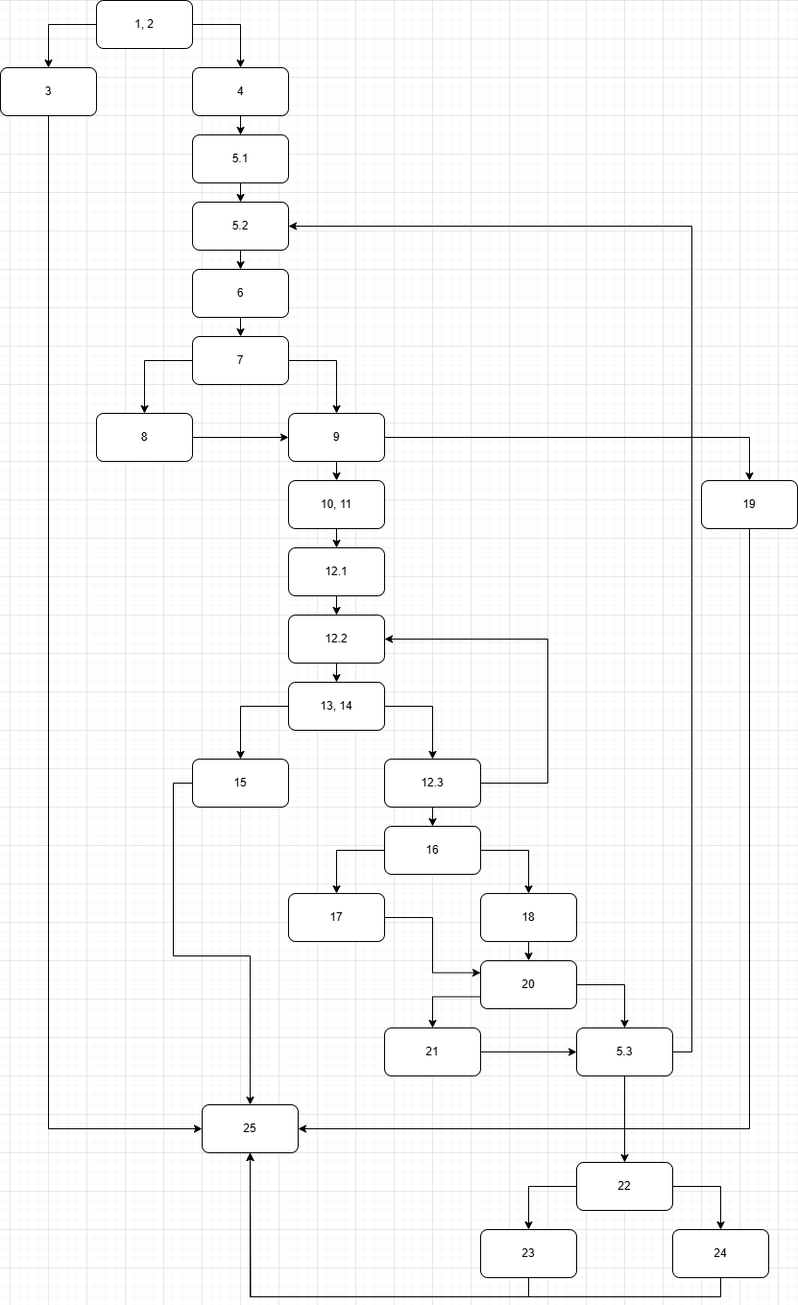
The draw.io diagram CFG.drawio.png in milasavatic/SI_2024_lab2_223237, before a commit. Source tidied: cells renumbered, new cells last; positions are measured from the earlier drawing's top-left corner, leaving out a move shared by most shapes.
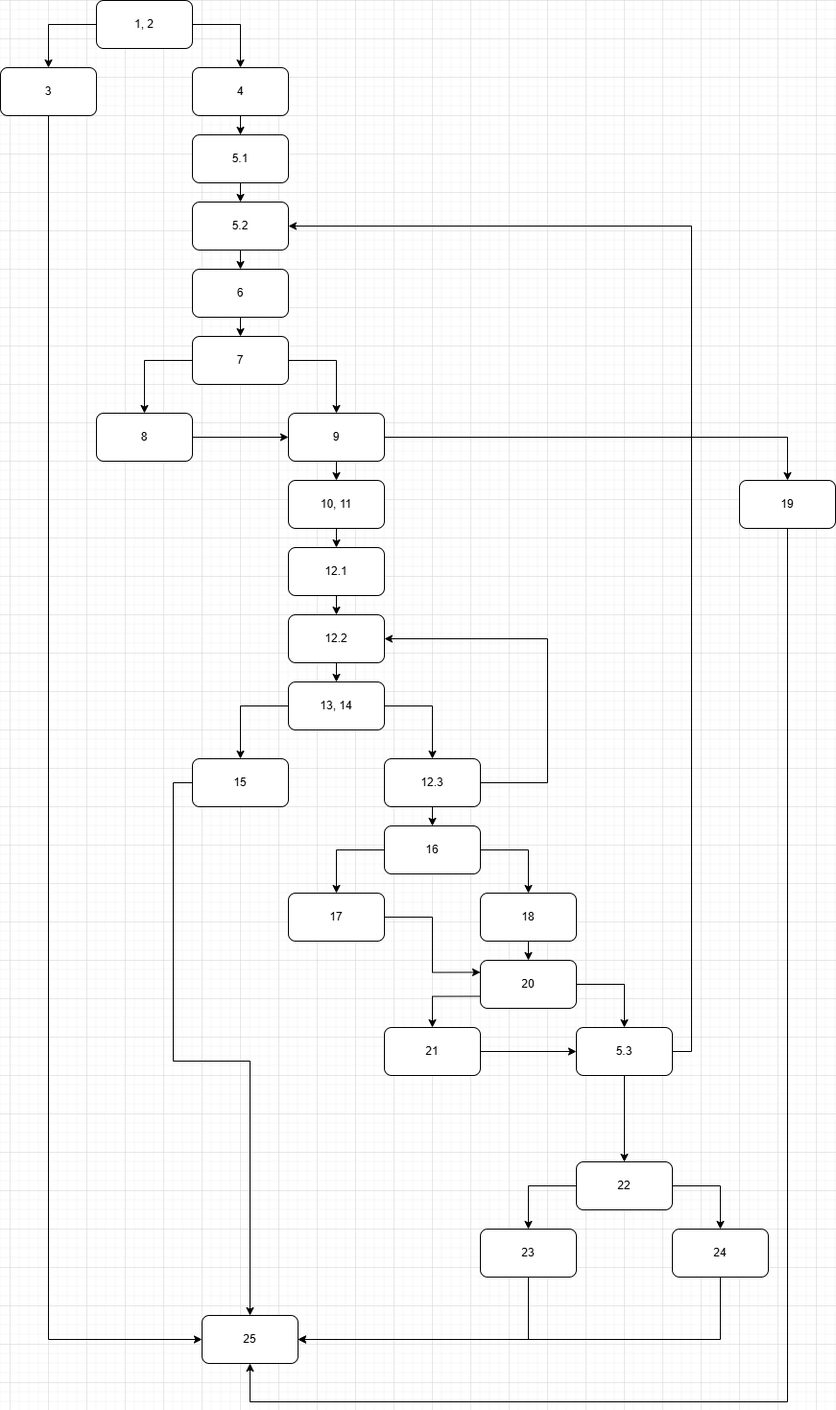
After the commit.

Commit message:
Control Flow Graph

What changed in the source:
```diff
@@ -118,22 +118,23 @@
     <mxCell id="38" style="endArrow=classic;html=1;rounded=0;exitX=1;exitY=0.5;exitDx=0;exitDy=0;entryX=0.5;entryY=0;entryDx=0;entryDy=0;" parent="1" edge="1" source="11" target="39">
       <mxGeometry relative="1" as="geometry">
         <Array as="points">
-          <mxPoint x="780" y="455" />
+          <mxPoint x="820" y="455" />
         </Array>
       </mxGeometry>
     </mxCell>
     <mxCell id="39" value="19" style="rounded=1;whiteSpace=wrap;html=1;" parent="1" vertex="1">
-      <mxGeometry x="730" y="500" width="100" height="50" as="geometry" />
+      <mxGeometry x="770" y="500" width="100" height="50" as="geometry" />
     </mxCell>
-    <mxCell id="40" style="endArrow=classic;html=1;rounded=0;exitX=0.5;exitY=1;exitDx=0;exitDy=0;entryX=1;entryY=0.5;entryDx=0;entryDy=0;" parent="1" edge="1" source="39" target="41">
+    <mxCell id="40" style="endArrow=classic;html=1;rounded=0;exitX=0.5;exitY=1;exitDx=0;exitDy=0;entryX=0.5;entryY=1;entryDx=0;entryDy=0;" parent="1" edge="1" source="39" target="41">
       <mxGeometry relative="1" as="geometry">
         <Array as="points">
-          <mxPoint x="780" y="1175" />
+          <mxPoint x="820" y="1460" />
+          <mxPoint x="260" y="1460" />
         </Array>
       </mxGeometry>
     </mxCell>
     <mxCell id="41" value="25" style="rounded=1;whiteSpace=wrap;html=1;" parent="1" vertex="1">
-      <mxGeometry x="210" y="1150" width="100" height="50" as="geometry" />
+      <mxGeometry x="210" y="1370" width="100" height="50" as="geometry" />
     </mxCell>
     <mxCell id="42" style="endArrow=classic;html=1;rounded=0;exitX=0;exitY=0.5;exitDx=0;exitDy=0;entryX=0.5;entryY=0;entryDx=0;entryDy=0;" parent="1" edge="1" source="2" target="3">
       <mxGeometry relative="1" as="geometry">
@@ -145,7 +146,7 @@
     <mxCell id="43" style="endArrow=classic;html=1;rounded=0;exitX=0.5;exitY=1;exitDx=0;exitDy=0;entryX=0;entryY=0.5;entryDx=0;entryDy=0;" parent="1" edge="1" source="3" target="41">
       <mxGeometry relative="1" as="geometry">
         <Array as="points">
-          <mxPoint x="50" y="1175" />
+          <mxPoint x="50" y="1395" />
         </Array>
       </mxGeometry>
     </mxCell>
@@ -194,7 +195,7 @@
     <mxCell id="54" value="5.3" style="rounded=1;whiteSpace=wrap;html=1;" parent="1" vertex="1">
       <mxGeometry x="600" y="1070" width="100" height="50" as="geometry" />
     </mxCell>
-    <mxCell id="55" style="edgeStyle=orthogonalEdgeStyle;rounded=0;jettySize=auto;html=1;exitX=0.5;exitY=1;exitDx=0;exitDy=0;entryX=0.5;entryY=1;entryDx=0;entryDy=0;" parent="1" edge="1" source="56" target="41">
+    <mxCell id="55" style="edgeStyle=orthogonalEdgeStyle;rounded=0;jettySize=auto;html=1;exitX=0.5;exitY=1;exitDx=0;exitDy=0;entryX=1;entryY=0.5;entryDx=0;entryDy=0;" parent="1" edge="1" source="56" target="41">
       <mxGeometry relative="1" as="geometry" />
     </mxCell>
     <mxCell id="56" value="23" style="rounded=1;whiteSpace=wrap;html=1;" parent="1" vertex="1">
@@ -209,10 +210,8 @@
     <mxCell id="59" value="22" style="rounded=1;whiteSpace=wrap;html=1;" parent="1" vertex="1">
       <mxGeometry x="600" y="1210" width="100" height="50" as="geometry" />
     </mxCell>
-    <mxCell id="60" style="edgeStyle=orthogonalEdgeStyle;rounded=0;jettySize=auto;html=1;exitX=0.5;exitY=1;exitDx=0;exitDy=0;" parent="1" edge="1" source="61">
-      <mxGeometry relative="1" as="geometry">
-        <mxPoint x="260" y="1200" as="targetPoint" />
-      </mxGeometry>
+    <mxCell id="60" style="edgeStyle=orthogonalEdgeStyle;rounded=0;jettySize=auto;html=1;exitX=0.5;exitY=1;exitDx=0;exitDy=0;entryX=1;entryY=0.5;entryDx=0;entryDy=0;" parent="1" edge="1" source="61" target="41">
+      <mxGeometry relative="1" as="geometry" />
     </mxCell>
     <mxCell id="61" value="24" style="rounded=1;whiteSpace=wrap;html=1;" parent="1" vertex="1">
       <mxGeometry x="700" y="1280" width="100" height="50" as="geometry" />
```
